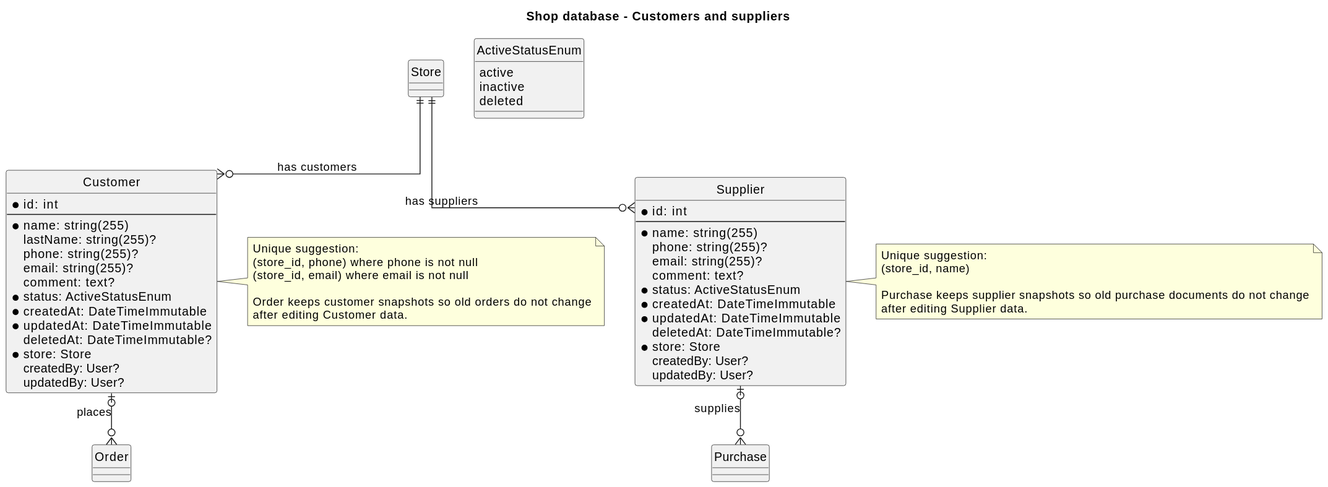
The PlantUML diagram src/Uml/database/03_Parties.svg in Tolik1794/shop, before a commit. Source of this version:
```plantuml
@startuml
title Shop database - Customers and suppliers

!include ./_common.puml

enum ActiveStatusEnum {
    active
    inactive
    deleted
}

entity Customer {
    * id: int
    --
    * name: string(255)
    lastName: string(255)?
    phone: string(255)?
    email: string(255)?
    comment: text?
    * status: ActiveStatusEnum
    * createdAt: DateTimeImmutable
    * updatedAt: DateTimeImmutable
    deletedAt: DateTimeImmutable?
    * store: Store
    createdBy: User?
    updatedBy: User?
}

entity Supplier {
    * id: int
    --
    * name: string(255)
    phone: string(255)?
    email: string(255)?
    comment: text?
    * status: ActiveStatusEnum
    * createdAt: DateTimeImmutable
    * updatedAt: DateTimeImmutable
    deletedAt: DateTimeImmutable?
    * store: Store
    createdBy: User?
    updatedBy: User?
}


Store ||--o{ Customer : has customers
Store ||--o{ Supplier : has suppliers
Customer |o--o{ Order : places
Supplier |o--o{ Purchase : supplies

note right of Customer
  Unique suggestion:
  (store_id, phone) where phone is not null
  (store_id, email) where email is not null

  Order keeps customer snapshots so old orders do not change
  after editing Customer data.
end note

note right of Supplier
  Unique suggestion:
  (store_id, name)

  Purchase keeps supplier snapshots so old purchase documents do not change
  after editing Supplier data.
end note
@enduml
```
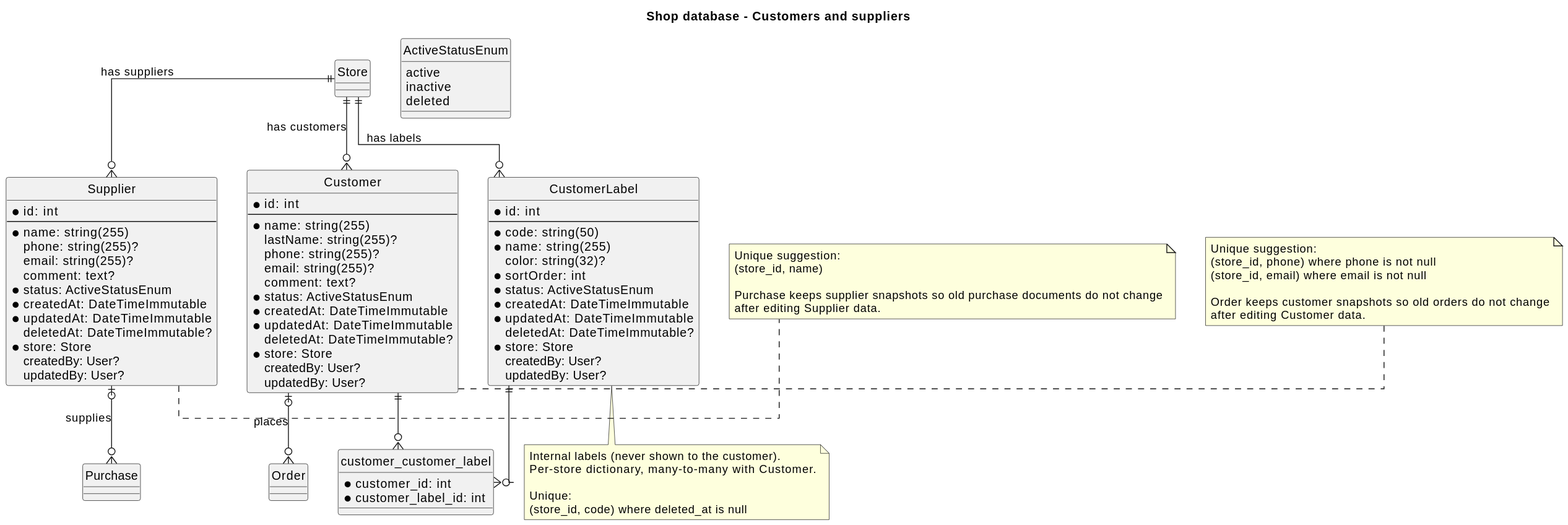
After the change.

Diff of the diagram source:
```diff
@@ -42,9 +42,33 @@
     updatedBy: User?
 }
 
+entity CustomerLabel {
+    * id: int
+    --
+    * code: string(50)
+    * name: string(255)
+    color: string(32)?
+    * sortOrder: int
+    * status: ActiveStatusEnum
+    * createdAt: DateTimeImmutable
+    * updatedAt: DateTimeImmutable
+    deletedAt: DateTimeImmutable?
+    * store: Store
+    createdBy: User?
+    updatedBy: User?
+}
+
+entity customer_customer_label {
+    * customer_id: int
+    * customer_label_id: int
+}
+
 
 Store ||--o{ Customer : has customers
 Store ||--o{ Supplier : has suppliers
+Store ||--o{ CustomerLabel : has labels
+Customer ||--o{ customer_customer_label
+CustomerLabel ||--o{ customer_customer_label
 Customer |o--o{ Order : places
 Supplier |o--o{ Purchase : supplies
 
@@ -64,4 +88,12 @@
   Purchase keeps supplier snapshots so old purchase documents do not change
   after editing Supplier data.
 end note
+
+note bottom of CustomerLabel
+  Internal labels (never shown to the customer).
+  Per-store dictionary, many-to-many with Customer.
+
+  Unique:
+  (store_id, code) where deleted_at is null
+end note
 @enduml
```
